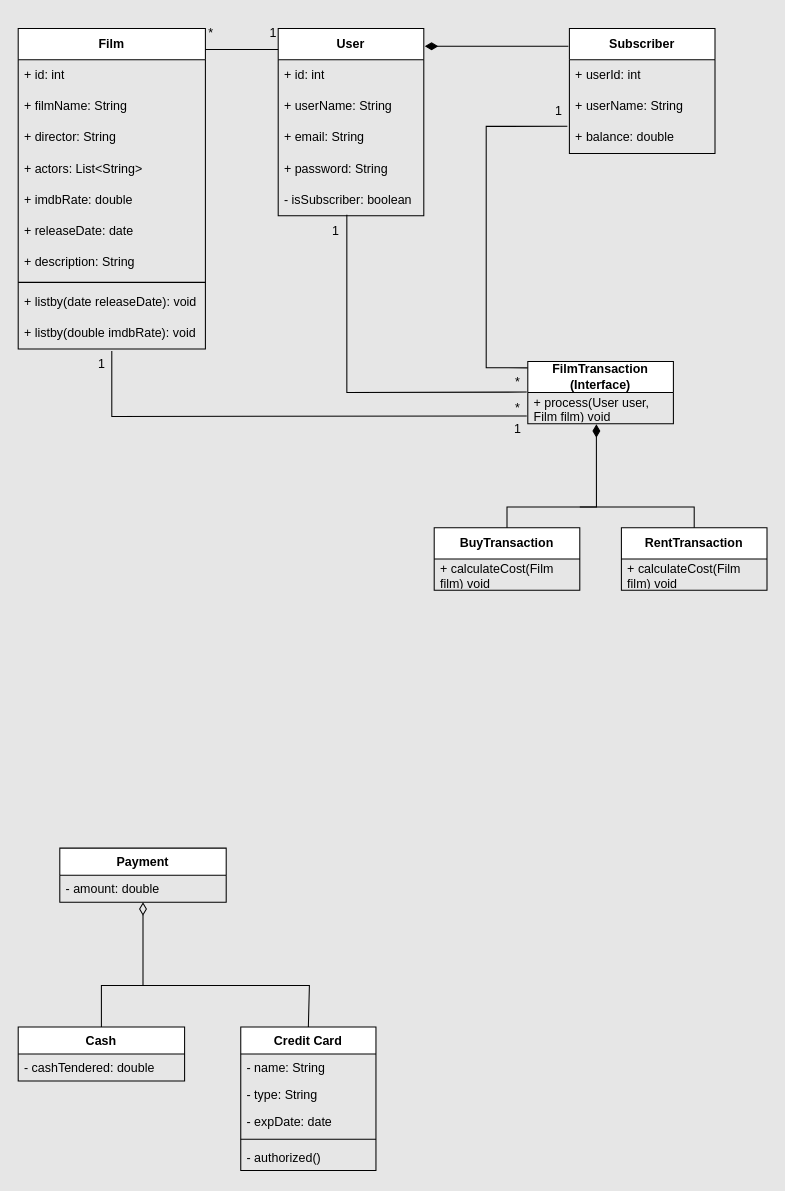
This is OnlineFilmService.drawio from Gundogduu/javaIntro2022, a draw.io file, before an edit. Source tidied: cells renumbered, new cells numbered last; positions are measured from the earlier drawing's top-left corner, leaving out a move shared by most shapes. Both pictures are drawn from the tidied source at 104%, with x=0, y=0 at pixel (18, 18).
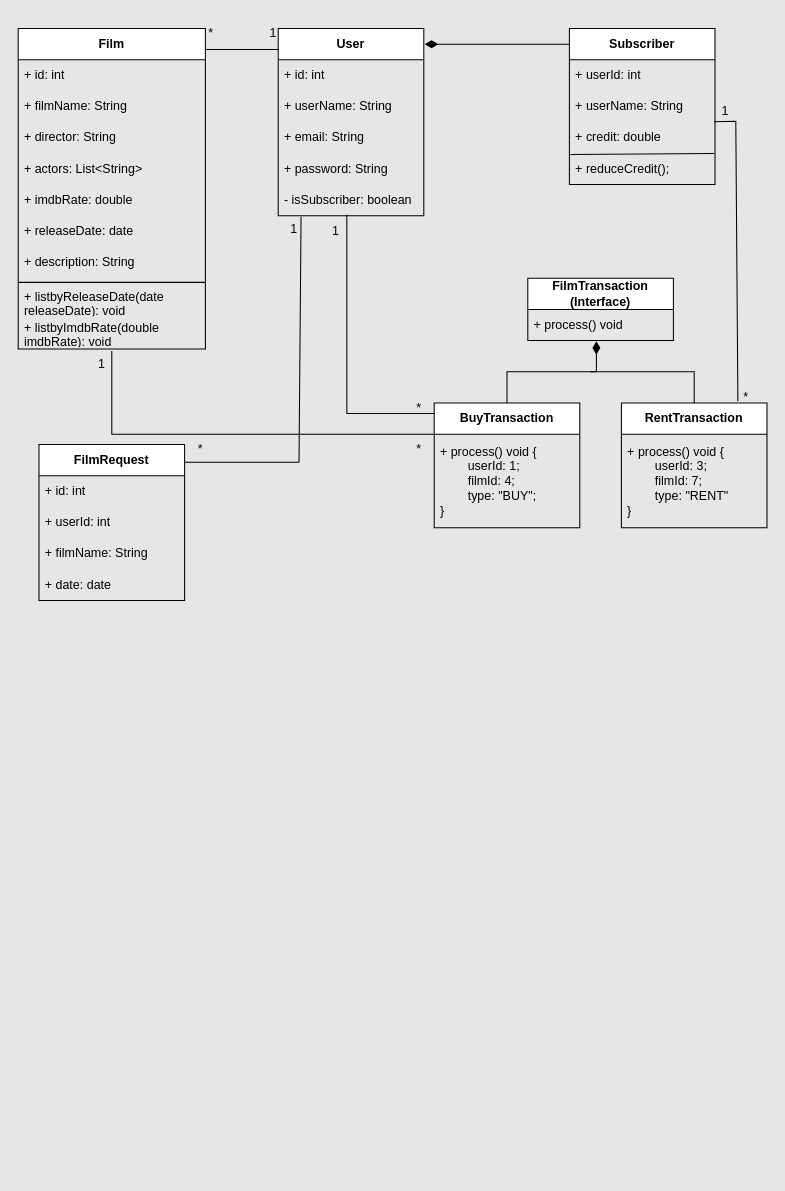
Above is the later version.

Unchanged cells that the change refers to:
```xml
<mxCell id="7" value="- isSubscriber: boolean" style="text;strokeColor=none;fillColor=none;align=left;verticalAlign=middle;spacingLeft=4;spacingRight=4;overflow=hidden;points=[[0,0.5],[1,0.5]];portConstraint=eastwest;whiteSpace=wrap;html=1;" parent="2" vertex="1">
  <mxGeometry y="150" width="140" height="30" as="geometry" />
</mxCell>
<mxCell id="13" value="&lt;b&gt;Film&lt;/b&gt;" style="swimlane;fontStyle=0;horizontal=1;startSize=30;whiteSpace=wrap;html=1;" parent="1" vertex="1">
  <mxGeometry y="10" width="180" height="308" as="geometry" />
</mxCell>
```

Change to the diagram source:
```diff
@@
     <mxCell id="8" value="&lt;b&gt;Subscriber&lt;/b&gt;" style="swimlane;fontStyle=0;horizontal=1;startSize=30;whiteSpace=wrap;html=1;" parent="1" vertex="1">
-      <mxGeometry x="530" y="10" width="140" height="120" as="geometry" />
+      <mxGeometry x="530" y="10" width="140" height="150" as="geometry" />
     </mxCell>
@@
-    <mxCell id="11" value="+ balance: double" style="text;strokeColor=none;fillColor=none;align=left;verticalAlign=middle;spacingLeft=4;spacingRight=4;overflow=hidden;points=[[0,0.5],[1,0.5]];portConstraint=eastwest;whiteSpace=wrap;html=1;" parent="8" vertex="1">
+    <mxCell id="11" value="+ credit: double" style="text;strokeColor=none;fillColor=none;align=left;verticalAlign=middle;spacingLeft=4;spacingRight=4;overflow=hidden;points=[[0,0.5],[1,0.5]];portConstraint=eastwest;whiteSpace=wrap;html=1;" parent="8" vertex="1">
       <mxGeometry y="90" width="140" height="30" as="geometry" />
     </mxCell>
+    <mxCell id="56" value="+ reduceCredit();" style="text;strokeColor=none;fillColor=none;align=left;verticalAlign=middle;spacingLeft=4;spacingRight=4;overflow=hidden;points=[[0,0.5],[1,0.5]];portConstraint=eastwest;whiteSpace=wrap;html=1;" parent="8" vertex="1">
+      <mxGeometry y="120" width="140" height="30" as="geometry" />
+    </mxCell>
+    <mxCell id="57" style="edgeStyle=none;orthogonalLoop=1;jettySize=auto;html=1;rounded=0;entryX=0.993;entryY=0;entryDx=0;entryDy=0;entryPerimeter=0;exitX=0.007;exitY=0.033;exitDx=0;exitDy=0;exitPerimeter=0;endArrow=none;startFill=0;" parent="8" edge="1" source="56" target="56">
+      <mxGeometry relative="1" as="geometry" />
+    </mxCell>
-    <mxCell id="12" style="edgeStyle=none;jettySize=auto;html=1;rounded=0;entryX=-0.007;entryY=0.142;entryDx=0;entryDy=0;entryPerimeter=0;endArrow=none;startFill=1;startArrow=diamondThin;endSize=6;startSize=10;" parent="1" edge="1" target="8">
+    <mxCell id="12" style="edgeStyle=none;jettySize=auto;html=1;rounded=0;endArrow=none;startFill=1;startArrow=diamondThin;endSize=6;startSize=10;entryX=0;entryY=0.1;entryDx=0;entryDy=0;entryPerimeter=0;" parent="1" edge="1" target="8">
       <mxGeometry relative="1" as="geometry">
-        <mxPoint x="391" y="27" as="sourcePoint" />
+        <mxPoint x="391" y="25" as="sourcePoint" />
       </mxGeometry>
     </mxCell>
@@
-    <mxCell id="22" value="+ listby(date releaseDate): void" style="text;strokeColor=none;fillColor=none;align=left;verticalAlign=middle;spacingLeft=4;spacingRight=4;overflow=hidden;whiteSpace=wrap;html=1;" parent="13" vertex="1">
+    <mxCell id="22" value="+ listbyReleaseDate(date releaseDate): void" style="text;strokeColor=none;fillColor=none;align=left;verticalAlign=middle;spacingLeft=4;spacingRight=4;overflow=hidden;whiteSpace=wrap;html=1;" parent="13" vertex="1">
       <mxGeometry y="248" width="180" height="30" as="geometry" />
     </mxCell>
-    <mxCell id="23" value="+ listby(double imdbRate): void" style="text;strokeColor=none;fillColor=none;align=left;verticalAlign=middle;spacingLeft=4;spacingRight=4;overflow=hidden;points=[[0,0.5],[1,0.5]];portConstraint=eastwest;whiteSpace=wrap;html=1;" parent="13" vertex="1">
+    <mxCell id="23" value="+ listbyImdbRate(double imdbRate): void" style="text;strokeColor=none;fillColor=none;align=left;verticalAlign=middle;spacingLeft=4;spacingRight=4;overflow=hidden;points=[[0,0.5],[1,0.5]];portConstraint=eastwest;whiteSpace=wrap;html=1;" parent="13" vertex="1">
       <mxGeometry y="278" width="180" height="30" as="geometry" />
     </mxCell>
-    <mxCell id="24" style="edgeStyle=none;jettySize=auto;html=1;rounded=0;exitX=0;exitY=0.104;exitDx=0;exitDy=0;entryX=-0.014;entryY=0.133;entryDx=0;entryDy=0;endArrow=none;startFill=0;entryPerimeter=0;exitPerimeter=0;" parent="1" edge="1" source="39" target="11">
+    <mxCell id="24" style="edgeStyle=none;jettySize=auto;html=1;rounded=0;exitX=0.8;exitY=-0.015;exitDx=0;exitDy=0;entryX=0.993;entryY=-0.017;entryDx=0;entryDy=0;endArrow=none;startFill=0;entryPerimeter=0;exitPerimeter=0;" parent="1" edge="1" source="41" target="11">
       <mxGeometry relative="1" as="geometry">
         <Array as="points">
-          <mxPoint x="450" y="336" />
-          <mxPoint x="450" y="104" />
+          <mxPoint x="690" y="99" />
         </Array>
       </mxGeometry>
     </mxCell>
     <mxCell id="25" value="1" style="text;html=1;align=center;verticalAlign=middle;whiteSpace=wrap;rounded=0;" parent="1" vertex="1">
-      <mxGeometry x="510" y="80" width="20" height="20" as="geometry" />
+      <mxGeometry x="670" y="80" width="20" height="20" as="geometry" />
     </mxCell>
-    <mxCell id="26" value="*" style="text;html=1;align=center;verticalAlign=middle;whiteSpace=wrap;rounded=0;" parent="1" vertex="1">
-      <mxGeometry x="467.5" y="340" width="25" height="20" as="geometry" />
-    </mxCell>
-    <mxCell id="27" value="Payment" style="swimlane;fontStyle=1;align=center;verticalAlign=top;horizontal=1;startSize=26;whiteSpace=wrap;html=1;" parent="1" vertex="1">
-      <mxGeometry x="40" y="798" width="160" height="52" as="geometry" />
-    </mxCell>
-    <mxCell id="28" value="- amount: double" style="text;strokeColor=none;fillColor=none;align=left;verticalAlign=top;spacingLeft=4;spacingRight=4;overflow=hidden;whiteSpace=wrap;html=1;" parent="27" vertex="1">
-      <mxGeometry y="26" width="160" height="26" as="geometry" />
-    </mxCell>
-    <mxCell id="29" value="Cash" style="swimlane;fontStyle=1;align=center;verticalAlign=top;horizontal=1;startSize=26;whiteSpace=wrap;html=1;" parent="1" vertex="1">
-      <mxGeometry y="970" width="160" height="52" as="geometry" />
-    </mxCell>
-    <mxCell id="30" value="- cashTendered: double" style="text;strokeColor=none;fillColor=none;align=left;verticalAlign=top;spacingLeft=4;spacingRight=4;overflow=hidden;whiteSpace=wrap;html=1;" parent="29" vertex="1">
-      <mxGeometry y="26" width="160" height="26" as="geometry" />
-    </mxCell>
-    <mxCell id="31" value="Credit Card" style="swimlane;fontStyle=1;align=center;verticalAlign=top;horizontal=1;startSize=26;whiteSpace=wrap;html=1;" parent="1" vertex="1">
-      <mxGeometry x="214" y="970" width="130" height="138" as="geometry" />
-    </mxCell>
-    <mxCell id="32" value="- name: String" style="text;strokeColor=none;fillColor=none;align=left;verticalAlign=top;spacingLeft=4;spacingRight=4;overflow=hidden;whiteSpace=wrap;html=1;" parent="31" vertex="1">
-      <mxGeometry y="26" width="130" height="26" as="geometry" />
-    </mxCell>
-    <mxCell id="33" value="- type: String" style="text;strokeColor=none;fillColor=none;align=left;verticalAlign=top;spacingLeft=4;spacingRight=4;overflow=hidden;whiteSpace=wrap;html=1;" parent="31" vertex="1">
-      <mxGeometry y="52" width="130" height="26" as="geometry" />
-    </mxCell>
-    <mxCell id="34" value="- expDate: date" style="text;strokeColor=none;fillColor=none;align=left;verticalAlign=top;spacingLeft=4;spacingRight=4;overflow=hidden;whiteSpace=wrap;html=1;" parent="31" vertex="1">
-      <mxGeometry y="78" width="130" height="26" as="geometry" />
-    </mxCell>
-    <mxCell id="35" style="line;strokeWidth=1;fillColor=none;align=left;verticalAlign=middle;spacingTop=-1;spacingLeft=3;spacingRight=3;labelPosition=right;strokeColor=inherit;" parent="31" vertex="1">
-      <mxGeometry y="104" width="130" height="8" as="geometry" />
-    </mxCell>
-    <mxCell id="36" value="- authorized()" style="text;strokeColor=none;fillColor=none;align=left;verticalAlign=top;spacingLeft=4;spacingRight=4;overflow=hidden;whiteSpace=wrap;html=1;" parent="31" vertex="1">
-      <mxGeometry y="112" width="130" height="26" as="geometry" />
-    </mxCell>
-    <mxCell id="37" style="edgeStyle=none;jettySize=auto;html=1;rounded=0;exitX=0.5;exitY=0;exitDx=0;exitDy=0;endArrow=none;startFill=0;" parent="1" edge="1" source="31">
-      <mxGeometry relative="1" as="geometry">
-        <mxPoint x="120" y="930" as="targetPoint" />
-        <Array as="points">
-          <mxPoint x="280" y="930" />
-        </Array>
-      </mxGeometry>
-    </mxCell>
-    <mxCell id="38" style="edgeStyle=none;jettySize=auto;html=1;rounded=0;exitX=0.5;exitY=0;exitDx=0;exitDy=0;entryX=0.5;entryY=1;entryDx=0;entryDy=0;endArrow=diamondThin;startFill=0;endFill=0;endSize=10;" parent="1" edge="1" source="29" target="27">
-      <mxGeometry relative="1" as="geometry">
-        <Array as="points">
-          <mxPoint x="80" y="930" />
-          <mxPoint x="120" y="930" />
-        </Array>
-      </mxGeometry>
-    </mxCell>
     <mxCell id="39" value="&lt;b&gt;FilmTransaction (Interface)&lt;/b&gt;" style="swimlane;fontStyle=0;horizontal=1;startSize=30;whiteSpace=wrap;html=1;" parent="1" vertex="1">
-      <mxGeometry x="490" y="330" width="140" height="60" as="geometry" />
+      <mxGeometry x="490" y="250" width="140" height="60" as="geometry" />
     </mxCell>
-    <mxCell id="40" value="+ process(User user, Film film) void" style="text;strokeColor=none;fillColor=none;align=left;verticalAlign=middle;spacingLeft=4;spacingRight=4;overflow=hidden;points=[[0,0.5],[1,0.5]];portConstraint=eastwest;whiteSpace=wrap;html=1;" parent="39" vertex="1">
+    <mxCell id="40" value="+ process() void" style="text;strokeColor=none;fillColor=none;align=left;verticalAlign=middle;spacingLeft=4;spacingRight=4;overflow=hidden;points=[[0,0.5],[1,0.5]];portConstraint=eastwest;whiteSpace=wrap;html=1;" parent="39" vertex="1">
       <mxGeometry y="30" width="140" height="30" as="geometry" />
     </mxCell>
     <mxCell id="41" value="&lt;b&gt;RentTransaction&lt;/b&gt;" style="swimlane;fontStyle=0;horizontal=1;startSize=30;whiteSpace=wrap;html=1;" parent="1" vertex="1">
-      <mxGeometry x="580" y="490" width="140" height="60" as="geometry" />
+      <mxGeometry x="580" y="370" width="140" height="120" as="geometry" />
     </mxCell>
-    <mxCell id="42" value="+ calculateCost(Film film) void" style="text;strokeColor=none;fillColor=none;align=left;verticalAlign=middle;spacingLeft=4;spacingRight=4;overflow=hidden;whiteSpace=wrap;html=1;" parent="41" vertex="1">
-      <mxGeometry y="30" width="140" height="30" as="geometry" />
-    </mxCell>
+    <mxCell id="58" value="+ process() void {&lt;div&gt;&lt;span style=&quot;white-space: pre;&quot;&gt;&#9;&lt;/span&gt;userId: 3;&lt;/div&gt;&lt;div&gt;&lt;span style=&quot;white-space: pre;&quot;&gt;&#9;&lt;/span&gt;filmId: 7;&lt;br&gt;&lt;div&gt;&lt;span style=&quot;white-space: pre;&quot;&gt;&#9;&lt;/span&gt;type: &quot;RENT&quot;&lt;/div&gt;&lt;div&gt;}&lt;/div&gt;&lt;/div&gt;" style="text;strokeColor=none;fillColor=none;align=left;verticalAlign=middle;spacingLeft=4;spacingRight=4;overflow=hidden;whiteSpace=wrap;html=1;" parent="41" vertex="1">
+      <mxGeometry y="30" width="140" height="90" as="geometry" />
+    </mxCell>
     <mxCell id="43" value="&lt;b&gt;BuyTransaction&lt;/b&gt;" style="swimlane;fontStyle=0;horizontal=1;startSize=30;whiteSpace=wrap;html=1;" parent="1" vertex="1">
-      <mxGeometry x="400" y="490" width="140" height="60" as="geometry" />
+      <mxGeometry x="400" y="370" width="140" height="120" as="geometry" />
     </mxCell>
-    <mxCell id="44" value="+ calculateCost(Film film) void" style="text;strokeColor=none;fillColor=none;align=left;verticalAlign=middle;spacingLeft=4;spacingRight=4;overflow=hidden;whiteSpace=wrap;html=1;" parent="43" vertex="1">
-      <mxGeometry y="30" width="140" height="30" as="geometry" />
+    <mxCell id="44" value="+ process() void {&lt;div&gt;&lt;span style=&quot;white-space: pre;&quot;&gt;&#9;&lt;/span&gt;userId: 1;&lt;/div&gt;&lt;div&gt;&lt;span style=&quot;white-space: pre;&quot;&gt;&#9;&lt;/span&gt;filmId: 4;&lt;br&gt;&lt;/div&gt;&lt;div&gt;&lt;span style=&quot;white-space: pre;&quot;&gt;&#9;&lt;/span&gt;type: &quot;BUY&quot;;&lt;/div&gt;&lt;div&gt;}&lt;/div&gt;" style="text;strokeColor=none;fillColor=none;align=left;verticalAlign=middle;spacingLeft=4;spacingRight=4;overflow=hidden;whiteSpace=wrap;html=1;" parent="43" vertex="1">
+      <mxGeometry y="30" width="140" height="90" as="geometry" />
     </mxCell>
-    <mxCell id="45" style="edgeStyle=none;jettySize=auto;html=1;rounded=0;exitX=0.5;exitY=0;exitDx=0;exitDy=0;entryX=0.471;entryY=1.017;entryDx=0;entryDy=0;entryPerimeter=0;endArrow=diamondThin;endFill=1;endSize=10;" parent="1" edge="1" source="43" target="40">
+    <mxCell id="45" style="edgeStyle=none;jettySize=auto;html=1;rounded=0;entryX=0.471;entryY=1.017;entryDx=0;entryDy=0;entryPerimeter=0;endArrow=diamondThin;endFill=1;endSize=10;exitX=0.5;exitY=0;exitDx=0;exitDy=0;" parent="1" edge="1" source="43" target="40">
       <mxGeometry relative="1" as="geometry">
         <Array as="points">
-          <mxPoint x="470" y="470" />
-          <mxPoint x="556" y="470" />
+          <mxPoint x="470" y="340" />
+          <mxPoint x="520" y="340" />
+          <mxPoint x="556" y="340" />
         </Array>
       </mxGeometry>
     </mxCell>
     <mxCell id="46" style="edgeStyle=none;jettySize=auto;html=1;rounded=0;exitX=0.5;exitY=0;exitDx=0;exitDy=0;endArrow=none;startFill=0;" parent="1" edge="1" source="41">
       <mxGeometry relative="1" as="geometry">
-        <mxPoint x="540" y="470" as="targetPoint" />
+        <mxPoint x="550" y="340" as="targetPoint" />
         <Array as="points">
-          <mxPoint x="650" y="470" />
+          <mxPoint x="650" y="340" />
         </Array>
       </mxGeometry>
     </mxCell>
@@
-    <mxCell id="48" value="*" style="text;html=1;align=center;verticalAlign=middle;strokeColor=none;fillColor=none;" parent="1" vertex="1">
-      <mxGeometry x="465" y="360" width="30" height="30" as="geometry" />
-    </mxCell>
-    <mxCell id="49" style="edgeStyle=none;jettySize=auto;html=1;rounded=0;endArrow=none;startFill=0;entryX=-0.007;entryY=-0.017;entryDx=0;entryDy=0;entryPerimeter=0;" parent="1" edge="1" target="40">
-      <mxGeometry relative="1" as="geometry">
-        <mxPoint x="316" y="189" as="sourcePoint" />
-        <Array as="points">
-          <mxPoint x="316" y="360" />
-        </Array>
-      </mxGeometry>
-    </mxCell>
@@
-    <mxCell id="53" style="edgeStyle=none;jettySize=auto;html=1;rounded=0;exitX=0.5;exitY=1.067;exitDx=0;exitDy=0;exitPerimeter=0;entryX=-0.007;entryY=0.75;entryDx=0;entryDy=0;endArrow=none;startFill=0;entryPerimeter=0;" parent="1" edge="1" source="23" target="40">
+    <mxCell id="53" style="edgeStyle=none;jettySize=auto;html=1;rounded=0;exitX=0.5;exitY=1.067;exitDx=0;exitDy=0;exitPerimeter=0;entryX=0;entryY=0.25;entryDx=0;entryDy=0;endArrow=none;startFill=0;" parent="1" edge="1" source="23" target="43">
       <mxGeometry relative="1" as="geometry">
         <Array as="points">
           <mxPoint x="90" y="383" />
+          <mxPoint x="90" y="400" />
         </Array>
       </mxGeometry>
     </mxCell>
@@
-    <mxCell id="55" value="1" style="text;html=1;align=center;verticalAlign=middle;strokeColor=none;fillColor=none;" parent="1" vertex="1">
-      <mxGeometry x="465" y="380" width="30" height="30" as="geometry" />
+    <mxCell id="55" value="*" style="text;html=1;align=center;verticalAlign=middle;strokeColor=none;fillColor=none;" parent="1" vertex="1">
+      <mxGeometry x="370" y="400" width="30" height="30" as="geometry" />
     </mxCell>
+    <mxCell id="26" value="*" style="text;html=1;align=center;verticalAlign=middle;whiteSpace=wrap;rounded=0;" parent="1" vertex="1">
+      <mxGeometry x="690" y="360" width="20" height="10" as="geometry" />
+    </mxCell>
+    <mxCell id="59" style="edgeStyle=none;orthogonalLoop=1;jettySize=auto;html=1;rounded=0;endArrow=none;startFill=0;" parent="1" edge="1">
+      <mxGeometry relative="1" as="geometry">
+        <mxPoint x="316" y="189" as="sourcePoint" />
+        <mxPoint x="400" y="380" as="targetPoint" />
+        <Array as="points">
+          <mxPoint x="316" y="380" />
+        </Array>
+      </mxGeometry>
+    </mxCell>
+    <mxCell id="48" value="*" style="text;html=1;align=center;verticalAlign=middle;strokeColor=none;fillColor=none;" parent="1" vertex="1">
+      <mxGeometry x="370" y="360" width="30" height="30" as="geometry" />
+    </mxCell>
+    <mxCell id="60" value="&lt;b&gt;FilmRequest&lt;/b&gt;" style="swimlane;fontStyle=0;horizontal=1;startSize=30;whiteSpace=wrap;html=1;" parent="1" vertex="1">
+      <mxGeometry x="20" y="410" width="140" height="150" as="geometry" />
+    </mxCell>
+    <mxCell id="61" value="+ id: int" style="text;strokeColor=none;fillColor=none;align=left;verticalAlign=middle;spacingLeft=4;spacingRight=4;overflow=hidden;whiteSpace=wrap;html=1;" parent="60" vertex="1">
+      <mxGeometry y="30" width="140" height="30" as="geometry" />
+    </mxCell>
+    <mxCell id="62" value="+ userId: int" style="text;strokeColor=none;fillColor=none;align=left;verticalAlign=middle;spacingLeft=4;spacingRight=4;overflow=hidden;whiteSpace=wrap;html=1;" parent="60" vertex="1">
+      <mxGeometry y="60" width="140" height="30" as="geometry" />
+    </mxCell>
+    <mxCell id="63" value="+ filmName: String" style="text;strokeColor=none;fillColor=none;align=left;verticalAlign=middle;spacingLeft=4;spacingRight=4;overflow=hidden;whiteSpace=wrap;html=1;" parent="60" vertex="1">
+      <mxGeometry y="90" width="140" height="30" as="geometry" />
+    </mxCell>
+    <mxCell id="64" value="+ date: date" style="text;strokeColor=none;fillColor=none;align=left;verticalAlign=middle;spacingLeft=4;spacingRight=4;overflow=hidden;whiteSpace=wrap;html=1;" parent="60" vertex="1">
+      <mxGeometry y="120" width="140" height="30" as="geometry" />
+    </mxCell>
+    <mxCell id="65" style="edgeStyle=none;jettySize=auto;html=1;rounded=0;exitX=0.157;exitY=1.033;exitDx=0;exitDy=0;exitPerimeter=0;endArrow=none;startFill=0;" parent="1" edge="1" source="7">
+      <mxGeometry relative="1" as="geometry">
+        <mxPoint x="160" y="427" as="targetPoint" />
+        <Array as="points">
+          <mxPoint x="270" y="427" />
+        </Array>
+      </mxGeometry>
+    </mxCell>
+    <mxCell id="66" value="1" style="text;html=1;align=center;verticalAlign=middle;strokeColor=none;fillColor=none;" parent="1" vertex="1">
+      <mxGeometry x="250" y="188" width="30" height="30" as="geometry" />
+    </mxCell>
+    <mxCell id="67" value="*" style="text;html=1;align=center;verticalAlign=middle;strokeColor=none;fillColor=none;" parent="1" vertex="1">
+      <mxGeometry x="160" y="400" width="30" height="30" as="geometry" />
+    </mxCell>
```
